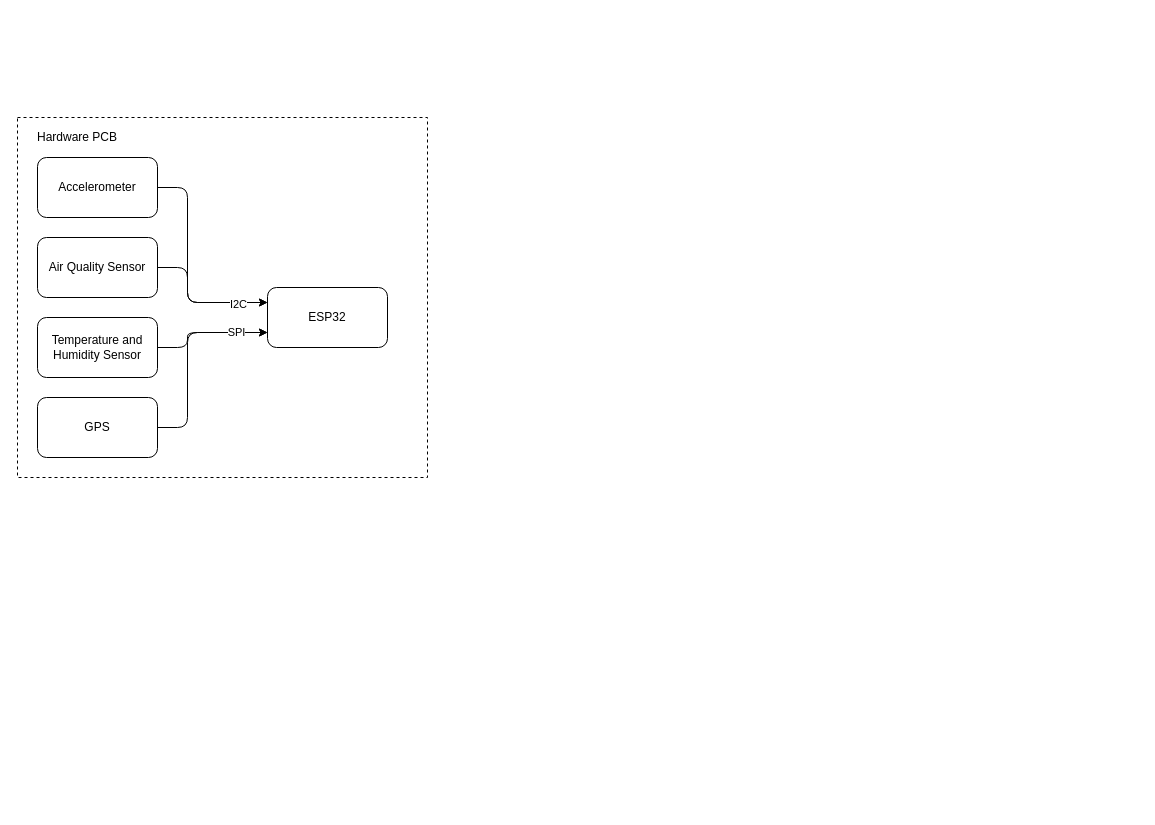
This is system/Untitled Diagram.drawio from lprib/drawio, a draw.io file, before an edit. Source tidied: cells renumbered, new cells numbered last; positions are measured from the earlier drawing's top-left corner, leaving out a move shared by most shapes. Both pictures are drawn from the tidied source at 100%, with x=0, y=0 at pixel (17, 117).
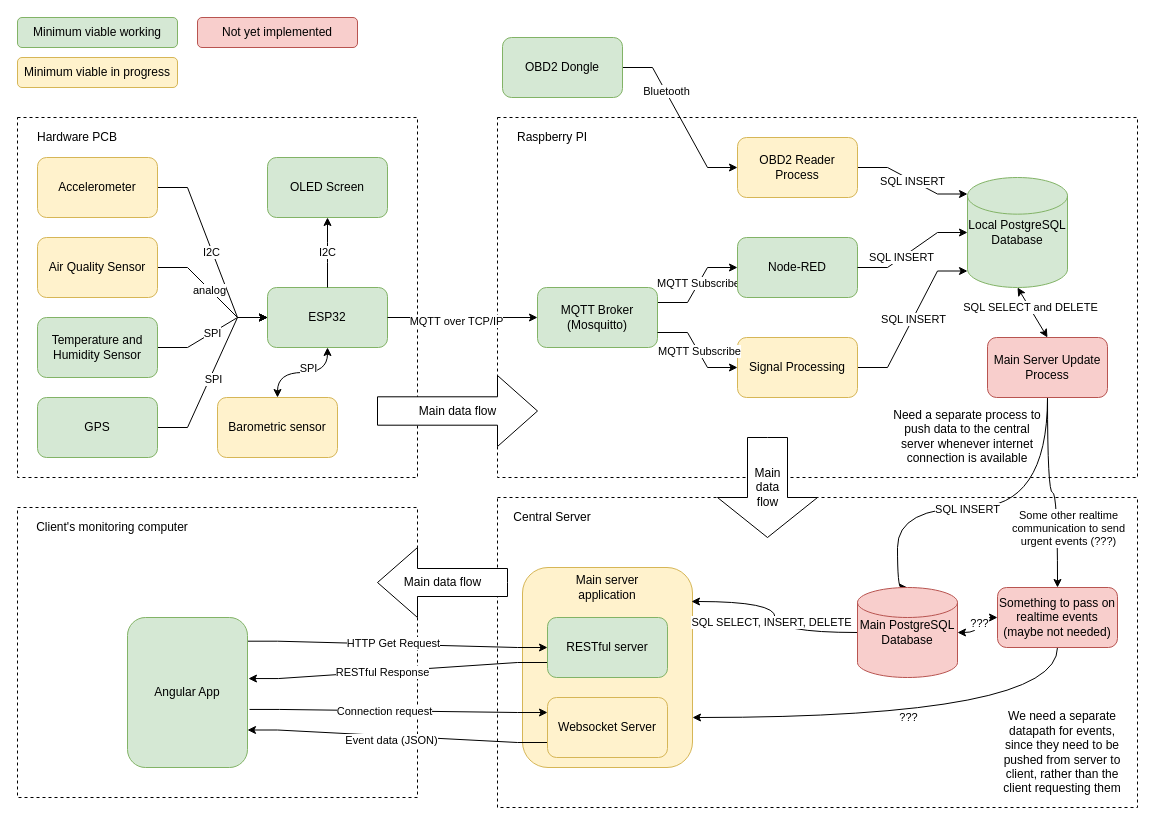
The same page after the edit.

Change to the diagram source:
```diff
@@
+    <mxCell id="15" style="rounded=0;whiteSpace=wrap;html=1;fillColor=none;dashed=1;" parent="1" vertex="1">
+      <mxGeometry y="390" width="400" height="290" as="geometry" />
+    </mxCell>
+    <mxCell id="16" style="rounded=0;whiteSpace=wrap;html=1;fillColor=none;dashed=1;" parent="1" vertex="1">
+      <mxGeometry x="480" width="640" height="360" as="geometry" />
+    </mxCell>
+    <mxCell id="17" style="rounded=0;whiteSpace=wrap;html=1;fillColor=none;dashed=1;" parent="1" vertex="1">
+      <mxGeometry x="480" y="380" width="640" height="310" as="geometry" />
+    </mxCell>
+    <mxCell id="18" style="rounded=1;whiteSpace=wrap;html=1;strokeColor=#d6b656;strokeWidth=1;fillColor=#fff2cc;" parent="1" vertex="1">
+      <mxGeometry x="505" y="450" width="170" height="200" as="geometry" />
+    </mxCell>
+    <mxCell id="13" style="rounded=0;whiteSpace=wrap;html=1;fillColor=none;dashed=1;" parent="1" vertex="1">
+      <mxGeometry width="400" height="360" as="geometry" />
+    </mxCell>
-    <mxCell id="2" value="ESP32" style="rounded=1;whiteSpace=wrap;html=1;" parent="1" vertex="1">
+    <mxCell id="2" value="ESP32" style="rounded=1;whiteSpace=wrap;html=1;fillColor=#d5e8d4;strokeColor=#82b366;" parent="1" vertex="1">
       <mxGeometry x="250" y="170" width="120" height="60" as="geometry" />
     </mxCell>
+    <mxCell id="7" style="edgeStyle=entityRelationEdgeStyle;rounded=0;jettySize=auto;html=1;exitX=1;exitY=0.5;exitDx=0;exitDy=0;entryX=0;entryY=0.5;entryDx=0;entryDy=0;" parent="1" edge="1" source="3" target="2">
+      <mxGeometry relative="1" as="geometry" />
+    </mxCell>
+    <mxCell id="19" value="I2C" style="edgeLabel;html=1;align=center;verticalAlign=middle;" parent="7" vertex="1">
+      <mxGeometry x="-0.01" y="-1" relative="1" as="geometry" />
+    </mxCell>
-    <mxCell id="3" value="Accelerometer" style="rounded=1;whiteSpace=wrap;html=1;" parent="1" vertex="1">
+    <mxCell id="3" value="Accelerometer" style="rounded=1;whiteSpace=wrap;html=1;fillColor=#fff2cc;strokeColor=#d6b656;" parent="1" vertex="1">
       <mxGeometry x="20" y="40" width="120" height="60" as="geometry" />
     </mxCell>
+    <mxCell id="20" style="edgeStyle=entityRelationEdgeStyle;rounded=0;jettySize=auto;html=1;exitX=1;exitY=0.5;exitDx=0;exitDy=0;" parent="1" edge="1" source="4">
+      <mxGeometry relative="1" as="geometry">
+        <mxPoint x="250" y="200" as="targetPoint" />
+      </mxGeometry>
+    </mxCell>
+    <mxCell id="21" value="SPI" style="edgeLabel;html=1;align=center;verticalAlign=middle;" parent="20" vertex="1">
+      <mxGeometry x="-0.06" y="-3" relative="1" as="geometry" />
+    </mxCell>
-    <mxCell id="4" value="GPS" style="rounded=1;whiteSpace=wrap;html=1;" parent="1" vertex="1">
+    <mxCell id="4" value="GPS" style="rounded=1;whiteSpace=wrap;html=1;fillColor=#d5e8d4;strokeColor=#82b366;" parent="1" vertex="1">
       <mxGeometry x="20" y="280" width="120" height="60" as="geometry" />
     </mxCell>
+    <mxCell id="22" style="edgeStyle=entityRelationEdgeStyle;rounded=0;jettySize=auto;html=1;exitX=1;exitY=0.5;exitDx=0;exitDy=0;" parent="1" edge="1" source="5">
+      <mxGeometry relative="1" as="geometry">
+        <mxPoint x="250" y="200" as="targetPoint" />
+      </mxGeometry>
+    </mxCell>
+    <mxCell id="23" value="analog" style="edgeLabel;html=1;align=center;verticalAlign=middle;" parent="22" vertex="1">
+      <mxGeometry x="-0.07" y="-1" relative="1" as="geometry" />
+    </mxCell>
-    <mxCell id="5" value="Air Quality Sensor" style="rounded=1;whiteSpace=wrap;html=1;" parent="1" vertex="1">
+    <mxCell id="5" value="Air Quality Sensor" style="rounded=1;whiteSpace=wrap;html=1;fillColor=#fff2cc;strokeColor=#d6b656;" parent="1" vertex="1">
       <mxGeometry x="20" y="120" width="120" height="60" as="geometry" />
     </mxCell>
+    <mxCell id="24" style="edgeStyle=entityRelationEdgeStyle;rounded=0;jettySize=auto;html=1;exitX=1;exitY=0.5;exitDx=0;exitDy=0;" parent="1" edge="1" source="6">
+      <mxGeometry relative="1" as="geometry">
+        <mxPoint x="250" y="200" as="targetPoint" />
+      </mxGeometry>
+    </mxCell>
+    <mxCell id="25" value="SPI" style="edgeLabel;html=1;align=center;verticalAlign=middle;" parent="24" vertex="1">
+      <mxGeometry relative="1" as="geometry" />
+    </mxCell>
-    <mxCell id="6" value="Temperature and Humidity Sensor" style="rounded=1;whiteSpace=wrap;html=1;" parent="1" vertex="1">
+    <mxCell id="6" value="Temperature and Humidity Sensor" style="rounded=1;whiteSpace=wrap;html=1;fillColor=#d5e8d4;strokeColor=#82b366;" parent="1" vertex="1">
       <mxGeometry x="20" y="200" width="120" height="60" as="geometry" />
     </mxCell>
-    <mxCell id="7" style="edgeStyle=elbowEdgeStyle;elbow=horizontal;endArrow=classic;html=1;exitX=1;exitY=0.5;exitDx=0;exitDy=0;entryX=0;entryY=0.25;entryDx=0;entryDy=0;" parent="1" edge="1" source="3" target="2">
-      <mxGeometry relative="1" as="geometry">
-        <Array as="points">
-          <mxPoint x="170" y="130" />
-        </Array>
-      </mxGeometry>
-    </mxCell>
-    <mxCell id="8" style="edgeStyle=elbowEdgeStyle;elbow=horizontal;endArrow=classic;html=1;exitX=1;exitY=0.5;exitDx=0;exitDy=0;entryX=0;entryY=0.25;entryDx=0;entryDy=0;" parent="1" edge="1" source="5" target="2">
-      <mxGeometry relative="1" as="geometry">
-        <Array as="points">
-          <mxPoint x="170" y="170" />
-        </Array>
-      </mxGeometry>
-    </mxCell>
-    <mxCell id="9" value="&lt;div&gt;I2C&lt;/div&gt;" style="edgeLabel;html=1;align=center;verticalAlign=middle;" parent="8" vertex="1">
-      <mxGeometry x="0.59" y="-1" relative="1" as="geometry" />
-    </mxCell>
-    <mxCell id="10" style="edgeStyle=elbowEdgeStyle;elbow=horizontal;endArrow=classic;html=1;exitX=1;exitY=0.5;exitDx=0;exitDy=0;entryX=0;entryY=0.75;entryDx=0;entryDy=0;" parent="1" edge="1" source="6" target="2">
-      <mxGeometry relative="1" as="geometry">
-        <Array as="points">
-          <mxPoint x="170" y="220" />
-        </Array>
-      </mxGeometry>
-    </mxCell>
-    <mxCell id="11" style="edgeStyle=elbowEdgeStyle;elbow=horizontal;endArrow=classic;html=1;exitX=1;exitY=0.5;exitDx=0;exitDy=0;entryX=0;entryY=0.75;entryDx=0;entryDy=0;" parent="1" edge="1" source="4" target="2">
-      <mxGeometry relative="1" as="geometry">
-        <Array as="points">
-          <mxPoint x="170" y="215" />
-        </Array>
-      </mxGeometry>
-    </mxCell>
-    <mxCell id="12" value="SPI" style="edgeLabel;html=1;align=center;verticalAlign=middle;" parent="11" vertex="1">
-      <mxGeometry x="0.69" y="1" relative="1" as="geometry" />
-    </mxCell>
-    <mxCell id="13" style="rounded=0;whiteSpace=wrap;html=1;fillColor=none;dashed=1;" parent="1" vertex="1">
-      <mxGeometry width="410" height="360" as="geometry" />
-    </mxCell>
@@
+    <mxCell id="26" value="OLED Screen" style="rounded=1;whiteSpace=wrap;html=1;fillColor=#d5e8d4;strokeColor=#82b366;" parent="1" vertex="1">
+      <mxGeometry x="250" y="40" width="120" height="60" as="geometry" />
+    </mxCell>
+    <mxCell id="27" value="I2C" style="edgeStyle=elbowEdgeStyle;elbow=vertical;endArrow=classic;html=1;exitX=0.5;exitY=0;exitDx=0;exitDy=0;entryX=0.5;entryY=1;entryDx=0;entryDy=0;" parent="1" edge="1" source="2" target="26">
+      <mxGeometry relative="1" as="geometry" />
+    </mxCell>
+    <mxCell id="28" style="edgeStyle=entityRelationEdgeStyle;rounded=0;jettySize=auto;html=1;exitX=1;exitY=0.25;exitDx=0;exitDy=0;entryX=0;entryY=0.5;entryDx=0;entryDy=0;" parent="1" edge="1" source="30" target="33">
+      <mxGeometry relative="1" as="geometry" />
+    </mxCell>
+    <mxCell id="29" value="MQTT Subscribe" style="edgeLabel;html=1;align=center;verticalAlign=middle;" parent="28" vertex="1">
+      <mxGeometry x="0.03" y="1" relative="1" as="geometry" />
+    </mxCell>
+    <mxCell id="30" value="MQTT Broker (Mosquitto)" style="rounded=1;whiteSpace=wrap;html=1;strokeColor=#82b366;fillColor=#d5e8d4;" parent="1" vertex="1">
+      <mxGeometry x="520" y="170" width="120" height="60" as="geometry" />
+    </mxCell>
+    <mxCell id="31" style="edgeStyle=elbowEdgeStyle;elbow=horizontal;endArrow=classic;html=1;exitX=1;exitY=0.5;exitDx=0;exitDy=0;entryX=0;entryY=0.5;entryDx=0;entryDy=0;" parent="1" edge="1" source="2" target="30">
+      <mxGeometry relative="1" as="geometry" />
+    </mxCell>
+    <mxCell id="32" value="MQTT over TCP/IP" style="edgeLabel;html=1;align=center;verticalAlign=middle;" parent="31" vertex="1">
+      <mxGeometry x="-0.09" y="-3" relative="1" as="geometry" />
+    </mxCell>
+    <mxCell id="33" value="Node-RED" style="rounded=1;whiteSpace=wrap;html=1;strokeColor=#82b366;fillColor=#d5e8d4;" parent="1" vertex="1">
+      <mxGeometry x="720" y="120" width="120" height="60" as="geometry" />
+    </mxCell>
+    <mxCell id="34" style="edgeStyle=entityRelationEdgeStyle;rounded=0;jettySize=auto;html=1;exitX=1;exitY=0.5;exitDx=0;exitDy=0;entryX=0;entryY=0.5;entryDx=0;entryDy=0;entryPerimeter=0;" parent="1" edge="1" source="33" target="41">
+      <mxGeometry relative="1" as="geometry" />
+    </mxCell>
+    <mxCell id="35" value="SQL INSERT" style="edgeLabel;html=1;align=center;verticalAlign=middle;" parent="34" vertex="1">
+      <mxGeometry x="-0.23" y="1" relative="1" as="geometry" />
+    </mxCell>
+    <mxCell id="36" style="edgeStyle=entityRelationEdgeStyle;rounded=0;jettySize=auto;html=1;exitX=1;exitY=0.5;exitDx=0;exitDy=0;entryX=0;entryY=0.85;entryDx=0;entryDy=0;entryPerimeter=0;" parent="1" edge="1" source="38" target="41">
+      <mxGeometry relative="1" as="geometry" />
+    </mxCell>
+    <mxCell id="37" value="SQL INSERT" style="edgeLabel;html=1;align=center;verticalAlign=middle;" parent="36" vertex="1">
+      <mxGeometry x="0.01" relative="1" as="geometry" />
+    </mxCell>
+    <mxCell id="38" value="Signal Processing " style="rounded=1;whiteSpace=wrap;html=1;strokeColor=#d6b656;fillColor=#fff2cc;" parent="1" vertex="1">
+      <mxGeometry x="720" y="220" width="120" height="60" as="geometry" />
+    </mxCell>
+    <mxCell id="39" style="edgeStyle=entityRelationEdgeStyle;rounded=0;jettySize=auto;html=1;exitX=1;exitY=0.75;exitDx=0;exitDy=0;entryX=0;entryY=0.5;entryDx=0;entryDy=0;" parent="1" edge="1" source="30" target="38">
+      <mxGeometry relative="1" as="geometry" />
+    </mxCell>
+    <mxCell id="40" value="MQTT Subscribe" style="edgeLabel;html=1;align=center;verticalAlign=middle;" parent="39" vertex="1">
+      <mxGeometry x="0.03" y="1" relative="1" as="geometry" />
+    </mxCell>
+    <mxCell id="41" value="Local PostgreSQL Database" style="strokeWidth=1;html=1;shape=mxgraph.flowchart.database;whiteSpace=wrap;fillColor=#d5e8d4;strokeColor=#82b366;" parent="1" vertex="1">
+      <mxGeometry x="950" y="60" width="100" height="110" as="geometry" />
+    </mxCell>
+    <mxCell id="42" style="rounded=0;jettySize=auto;html=1;exitX=0.5;exitY=1;exitDx=0;exitDy=0;entryX=0.5;entryY=0;entryDx=0;entryDy=0;entryPerimeter=0;edgeStyle=orthogonalEdgeStyle;curved=1;" parent="1" edge="1" source="46" target="51">
+      <mxGeometry relative="1" as="geometry">
+        <Array as="points">
+          <mxPoint x="1030" y="390" />
+          <mxPoint x="880" y="390" />
+        </Array>
+      </mxGeometry>
+    </mxCell>
+    <mxCell id="43" value="SQL INSERT" style="edgeLabel;html=1;align=center;verticalAlign=middle;" parent="42" vertex="1">
+      <mxGeometry x="0.09" y="1" relative="1" as="geometry" />
+    </mxCell>
+    <mxCell id="44" style="edgeStyle=orthogonalEdgeStyle;curved=1;rounded=0;jettySize=auto;html=1;exitX=0.5;exitY=1;exitDx=0;exitDy=0;entryX=0.5;entryY=0;entryDx=0;entryDy=0;startArrow=none;startFill=0;" parent="1" edge="1" source="46" target="67">
+      <mxGeometry relative="1" as="geometry" />
+    </mxCell>
+    <mxCell id="45" value="&lt;div&gt;Some other realtime&lt;/div&gt;&lt;div&gt;communication to send&lt;/div&gt;&lt;div&gt;urgent events (???)&lt;br&gt;&lt;/div&gt;" style="edgeLabel;html=1;align=center;verticalAlign=middle;" parent="44" vertex="1">
+      <mxGeometry x="0.28" y="-7" relative="1" as="geometry">
+        <mxPoint x="17" y="12" as="offset" />
+      </mxGeometry>
+    </mxCell>
+    <mxCell id="46" value="Main Server Update Process" style="rounded=1;whiteSpace=wrap;html=1;strokeColor=#b85450;strokeWidth=1;fillColor=#f8cecc;" parent="1" vertex="1">
+      <mxGeometry x="970" y="220" width="120" height="60" as="geometry" />
+    </mxCell>
+    <mxCell id="47" style="edgeStyle=orthogonalEdgeStyle;curved=1;rounded=0;jettySize=auto;html=1;exitX=0;exitY=0.5;exitDx=0;exitDy=0;exitPerimeter=0;entryX=0.994;entryY=0.17;entryDx=0;entryDy=0;startArrow=none;startFill=0;endArrow=classic;endFill=1;entryPerimeter=0;" parent="1" edge="1" source="51" target="18">
+      <mxGeometry relative="1" as="geometry" />
+    </mxCell>
+    <mxCell id="48" value="SQL SELECT, INSERT, DELETE" style="edgeLabel;html=1;align=center;verticalAlign=middle;" parent="47" vertex="1">
+      <mxGeometry x="0.3" y="8" relative="1" as="geometry">
+        <mxPoint x="10" y="12" as="offset" />
+      </mxGeometry>
+    </mxCell>
+    <mxCell id="49" style="edgeStyle=orthogonalEdgeStyle;curved=1;rounded=0;jettySize=auto;html=1;exitX=1;exitY=0.5;exitDx=0;exitDy=0;exitPerimeter=0;entryX=0;entryY=0.5;entryDx=0;entryDy=0;startArrow=classic;startFill=1;endArrow=classic;endFill=1;" parent="1" edge="1" source="51" target="67">
+      <mxGeometry relative="1" as="geometry" />
+    </mxCell>
+    <mxCell id="50" value="???" style="edgeLabel;html=1;align=center;verticalAlign=middle;" parent="49" vertex="1">
+      <mxGeometry x="0.09" y="-1" relative="1" as="geometry" />
+    </mxCell>
+    <mxCell id="51" value="Main PostgreSQL Database" style="strokeWidth=1;html=1;shape=mxgraph.flowchart.database;whiteSpace=wrap;fillColor=#f8cecc;strokeColor=#b85450;" parent="1" vertex="1">
+      <mxGeometry x="840" y="470" width="100" height="90" as="geometry" />
+    </mxCell>
+    <mxCell id="52" style="edgeStyle=entityRelationEdgeStyle;rounded=0;jettySize=auto;html=1;exitX=1;exitY=0.5;exitDx=0;exitDy=0;entryX=0;entryY=0.15;entryDx=0;entryDy=0;entryPerimeter=0;" parent="1" edge="1" source="54" target="41">
+      <mxGeometry relative="1" as="geometry" />
+    </mxCell>
+    <mxCell id="53" value="SQL INSERT" style="edgeLabel;html=1;align=center;verticalAlign=middle;" parent="52" vertex="1">
+      <mxGeometry relative="1" as="geometry" />
+    </mxCell>
+    <mxCell id="54" value="OBD2 Reader Process" style="rounded=1;whiteSpace=wrap;html=1;strokeColor=#d6b656;strokeWidth=1;fillColor=#fff2cc;" parent="1" vertex="1">
+      <mxGeometry x="720" y="20" width="120" height="60" as="geometry" />
+    </mxCell>
+    <mxCell id="55" style="edgeStyle=entityRelationEdgeStyle;rounded=0;jettySize=auto;html=1;exitX=1;exitY=0.5;exitDx=0;exitDy=0;entryX=0;entryY=0.5;entryDx=0;entryDy=0;" parent="1" edge="1" source="57" target="54">
+      <mxGeometry relative="1" as="geometry" />
+    </mxCell>
+    <mxCell id="56" value="Bluetooth" style="edgeLabel;html=1;align=center;verticalAlign=middle;" parent="55" vertex="1">
+      <mxGeometry x="-0.34" y="1" relative="1" as="geometry" />
+    </mxCell>
+    <mxCell id="57" value="OBD2 Dongle" style="rounded=1;whiteSpace=wrap;html=1;strokeColor=#82b366;strokeWidth=1;fillColor=#d5e8d4;" parent="1" vertex="1">
+      <mxGeometry x="485" y="-80" width="120" height="60" as="geometry" />
+    </mxCell>
+    <mxCell id="58" style="endArrow=classic;html=1;entryX=0.5;entryY=0;entryDx=0;entryDy=0;exitX=0.5;exitY=1;exitDx=0;exitDy=0;exitPerimeter=0;startArrow=classic;startFill=1;" parent="1" edge="1" source="41" target="46">
+      <mxGeometry relative="1" as="geometry" />
+    </mxCell>
+    <mxCell id="59" value="SQL SELECT and DELETE" style="edgeLabel;html=1;align=center;verticalAlign=middle;" parent="58" vertex="1">
+      <mxGeometry x="-0.31" y="3" relative="1" as="geometry">
+        <mxPoint y="4" as="offset" />
+      </mxGeometry>
+    </mxCell>
+    <mxCell id="60" style="edgeStyle=entityRelationEdgeStyle;rounded=0;jettySize=auto;html=1;exitX=0;exitY=0.75;exitDx=0;exitDy=0;entryX=1.008;entryY=0.407;entryDx=0;entryDy=0;startArrow=none;startFill=0;endArrow=classic;endFill=1;entryPerimeter=0;" parent="1" edge="1" source="62" target="74">
+      <mxGeometry relative="1" as="geometry" />
+    </mxCell>
+    <mxCell id="61" value="RESTful Response" style="edgeLabel;html=1;align=center;verticalAlign=middle;" parent="60" vertex="1">
+      <mxGeometry x="0.11" relative="1" as="geometry" />
+    </mxCell>
+    <mxCell id="62" value="RESTful server" style="rounded=1;whiteSpace=wrap;html=1;strokeColor=#82b366;strokeWidth=1;fillColor=#d5e8d4;" parent="1" vertex="1">
+      <mxGeometry x="530" y="500" width="120" height="60" as="geometry" />
+    </mxCell>
+    <mxCell id="63" value="Event data (JSON)" style="edgeStyle=entityRelationEdgeStyle;rounded=0;jettySize=auto;html=1;exitX=0;exitY=0.75;exitDx=0;exitDy=0;entryX=1;entryY=0.75;entryDx=0;entryDy=0;startArrow=none;startFill=0;endArrow=classic;endFill=1;" parent="1" edge="1" source="64" target="74">
+      <mxGeometry x="0.04" y="5" relative="1" as="geometry" />
+    </mxCell>
+    <mxCell id="64" value="Websocket Server" style="rounded=1;whiteSpace=wrap;html=1;strokeColor=#d6b656;strokeWidth=1;fillColor=#fff2cc;" parent="1" vertex="1">
+      <mxGeometry x="530" y="580" width="120" height="60" as="geometry" />
+    </mxCell>
+    <mxCell id="65" style="edgeStyle=orthogonalEdgeStyle;curved=1;rounded=0;jettySize=auto;html=1;exitX=0.5;exitY=1;exitDx=0;exitDy=0;entryX=1;entryY=0.75;entryDx=0;entryDy=0;startArrow=none;startFill=0;endArrow=classic;endFill=1;" parent="1" edge="1" source="67" target="18">
+      <mxGeometry relative="1" as="geometry">
+        <Array as="points">
+          <mxPoint x="1040" y="600" />
+        </Array>
+      </mxGeometry>
+    </mxCell>
+    <mxCell id="66" value="???" style="edgeLabel;html=1;align=center;verticalAlign=middle;" parent="65" vertex="1">
+      <mxGeometry x="0.01" y="-1" relative="1" as="geometry" />
+    </mxCell>
+    <mxCell id="67" value="Something to pass on realtime events (maybe not needed)" style="rounded=1;whiteSpace=wrap;html=1;strokeColor=#b85450;strokeWidth=1;fillColor=#f8cecc;" parent="1" vertex="1">
+      <mxGeometry x="980" y="470" width="120" height="60" as="geometry" />
+    </mxCell>
+    <mxCell id="68" value="Raspberry PI" style="text;html=1;strokeColor=none;fillColor=none;align=center;verticalAlign=middle;whiteSpace=wrap;rounded=0;" parent="1" vertex="1">
+      <mxGeometry x="490" y="10" width="90" height="20" as="geometry" />
+    </mxCell>
+    <mxCell id="69" value="Central Server" style="text;html=1;strokeColor=none;fillColor=none;align=center;verticalAlign=middle;whiteSpace=wrap;rounded=0;" parent="1" vertex="1">
+      <mxGeometry x="490" y="390" width="90" height="20" as="geometry" />
+    </mxCell>
+    <mxCell id="70" style="edgeStyle=entityRelationEdgeStyle;rounded=0;jettySize=auto;html=1;exitX=1;exitY=0.158;exitDx=0;exitDy=0;startArrow=none;startFill=0;exitPerimeter=0;" parent="1" edge="1" source="74" target="62">
+      <mxGeometry relative="1" as="geometry" />
+    </mxCell>
+    <mxCell id="71" value="HTTP Get Request" style="edgeLabel;html=1;align=center;verticalAlign=middle;" parent="70" vertex="1">
+      <mxGeometry x="-0.16" y="-8" relative="1" as="geometry">
+        <mxPoint x="20" y="-9" as="offset" />
+      </mxGeometry>
+    </mxCell>
+    <mxCell id="72" style="edgeStyle=entityRelationEdgeStyle;rounded=0;jettySize=auto;html=1;exitX=1.017;exitY=0.613;exitDx=0;exitDy=0;entryX=0;entryY=0.25;entryDx=0;entryDy=0;startArrow=none;startFill=0;endArrow=classic;endFill=1;exitPerimeter=0;" parent="1" edge="1" source="74" target="64">
+      <mxGeometry relative="1" as="geometry" />
+    </mxCell>
+    <mxCell id="73" value="Connection request" style="edgeLabel;html=1;align=center;verticalAlign=middle;" parent="72" vertex="1">
+      <mxGeometry x="-0.17" y="-9" relative="1" as="geometry">
+        <mxPoint x="11" y="-9" as="offset" />
+      </mxGeometry>
+    </mxCell>
+    <mxCell id="74" value="Angular App" style="rounded=1;whiteSpace=wrap;html=1;strokeColor=#82b366;strokeWidth=1;fillColor=#d5e8d4;" parent="1" vertex="1">
+      <mxGeometry x="110" y="500" width="120" height="150" as="geometry" />
+    </mxCell>
+    <mxCell id="75" value="Main server application" style="text;html=1;strokeColor=none;fillColor=none;align=center;verticalAlign=middle;whiteSpace=wrap;rounded=0;" parent="1" vertex="1">
+      <mxGeometry x="550" y="460" width="80" height="20" as="geometry" />
+    </mxCell>
+    <mxCell id="76" value="We need a separate datapath for events, since they need to be pushed from server to client, rather than the client requesting them" style="text;html=1;strokeColor=none;fillColor=none;align=center;verticalAlign=middle;whiteSpace=wrap;rounded=0;" parent="1" vertex="1">
+      <mxGeometry x="980" y="580" width="130" height="110" as="geometry" />
+    </mxCell>
+    <mxCell id="77" value="Main data flow" style="html=1;shadow=0;dashed=0;align=center;verticalAlign=middle;shape=mxgraph.arrows2.arrow;dy=0.6;dx=40;notch=0;strokeColor=#000000;strokeWidth=1;fillColor=#ffffff;" parent="1" vertex="1">
+      <mxGeometry x="360" y="258" width="160" height="71" as="geometry" />
+    </mxCell>
+    <mxCell id="78" value="&lt;div&gt;Main&lt;/div&gt;&lt;div&gt;data&lt;/div&gt;&lt;div&gt;flow&lt;br&gt;&lt;/div&gt;" style="html=1;shadow=0;dashed=0;align=center;verticalAlign=middle;shape=mxgraph.arrows2.arrow;dy=0.6;dx=40;direction=south;notch=0;strokeColor=#000000;strokeWidth=1;fillColor=#ffffff;" parent="1" vertex="1">
+      <mxGeometry x="700" y="320" width="100" height="100" as="geometry" />
+    </mxCell>
+    <mxCell id="79" value="Client's monitoring computer" style="text;html=1;strokeColor=none;fillColor=none;align=center;verticalAlign=middle;whiteSpace=wrap;rounded=0;" parent="1" vertex="1">
+      <mxGeometry x="10" y="400" width="170" height="20" as="geometry" />
+    </mxCell>
+    <mxCell id="80" value="Main data flow" style="html=1;shadow=0;dashed=0;align=center;verticalAlign=middle;shape=mxgraph.arrows2.arrow;dy=0.6;dx=40;flipH=1;notch=0;strokeColor=#000000;strokeWidth=1;fillColor=#ffffff;" parent="1" vertex="1">
+      <mxGeometry x="360" y="430" width="130" height="70" as="geometry" />
+    </mxCell>
+    <mxCell id="81" value="Need a separate process to push data to the central server whenever internet connection is available" style="text;html=1;strokeColor=none;fillColor=none;align=center;verticalAlign=middle;whiteSpace=wrap;rounded=0;" parent="1" vertex="1">
+      <mxGeometry x="870" y="309" width="160" height="20" as="geometry" />
+    </mxCell>
+    <mxCell id="82" value="Minimum viable working" style="rounded=1;whiteSpace=wrap;html=1;strokeColor=#82b366;strokeWidth=1;fillColor=#d5e8d4;" parent="1" vertex="1">
+      <mxGeometry y="-100" width="160" height="30" as="geometry" />
+    </mxCell>
+    <mxCell id="83" value="Minimum viable in progress" style="rounded=1;whiteSpace=wrap;html=1;strokeColor=#d6b656;strokeWidth=1;fillColor=#fff2cc;" parent="1" vertex="1">
+      <mxGeometry y="-60" width="160" height="30" as="geometry" />
+    </mxCell>
+    <mxCell id="84" value="Not yet implemented" style="rounded=1;whiteSpace=wrap;html=1;strokeColor=#b85450;strokeWidth=1;fillColor=#f8cecc;" parent="1" vertex="1">
+      <mxGeometry x="180" y="-100" width="160" height="30" as="geometry" />
+    </mxCell>
+    <mxCell id="85" style="edgeStyle=orthogonalEdgeStyle;curved=1;rounded=0;jettySize=auto;html=1;exitX=0.5;exitY=0;exitDx=0;exitDy=0;entryX=0.5;entryY=1;entryDx=0;entryDy=0;startArrow=classic;startFill=1;endArrow=classic;endFill=1;" parent="1" edge="1" source="87" target="2">
+      <mxGeometry relative="1" as="geometry" />
+    </mxCell>
+    <mxCell id="86" value="SPI" style="edgeLabel;html=1;align=center;verticalAlign=middle;" parent="85" vertex="1">
+      <mxGeometry x="0.22" y="1" relative="1" as="geometry">
+        <mxPoint x="-6" y="-4" as="offset" />
+      </mxGeometry>
+    </mxCell>
+    <mxCell id="87" value="Barometric sensor" style="rounded=1;whiteSpace=wrap;html=1;fillColor=#fff2cc;strokeColor=#d6b656;" parent="1" vertex="1">
+      <mxGeometry x="200" y="280" width="120" height="60" as="geometry" />
+    </mxCell>
```
